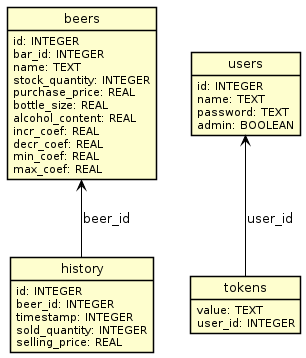
This is doc/db.png from e-kot-unamur/boursiere-server, a PlantUML export, as it was before one commit.
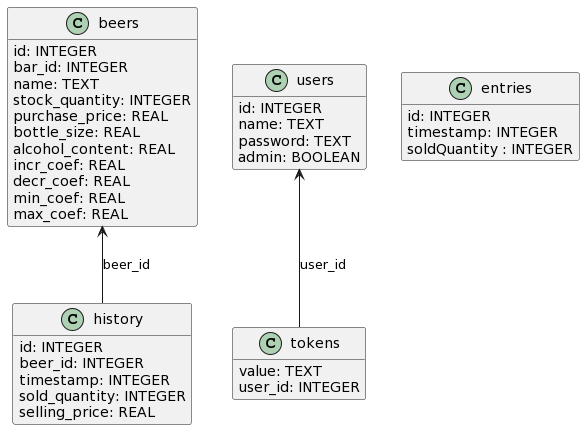
The same file after the commit.

Diff of the diagram source:
```diff
@@ -1,6 +1,4 @@
 @startuml
-!include style.puml
-
 hide methods
 
 class beers {
@@ -41,4 +39,9 @@
 
 users <-- tokens : user_id
 
+class entries {
+  id: INTEGER
+  timestamp: INTEGER
+  soldQuantity : INTEGER
+}
 @enduml
```
